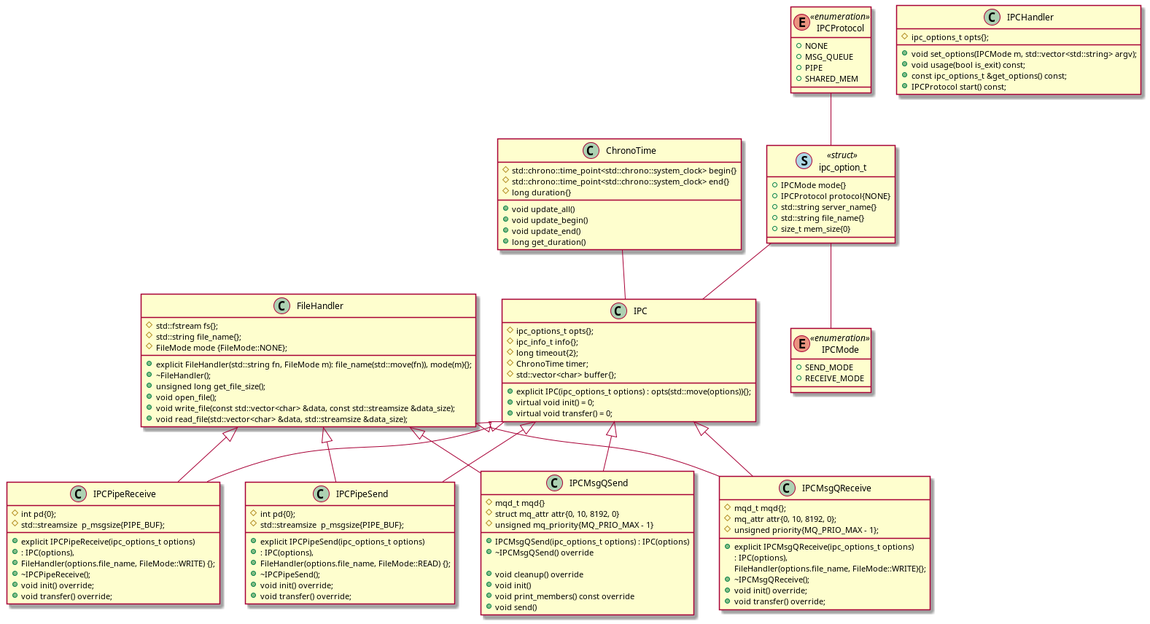
baovu-unikie/file_transfer_cpp keeps this PlantUML diagram as uml/current_implementation.png. Above is the earlier version.
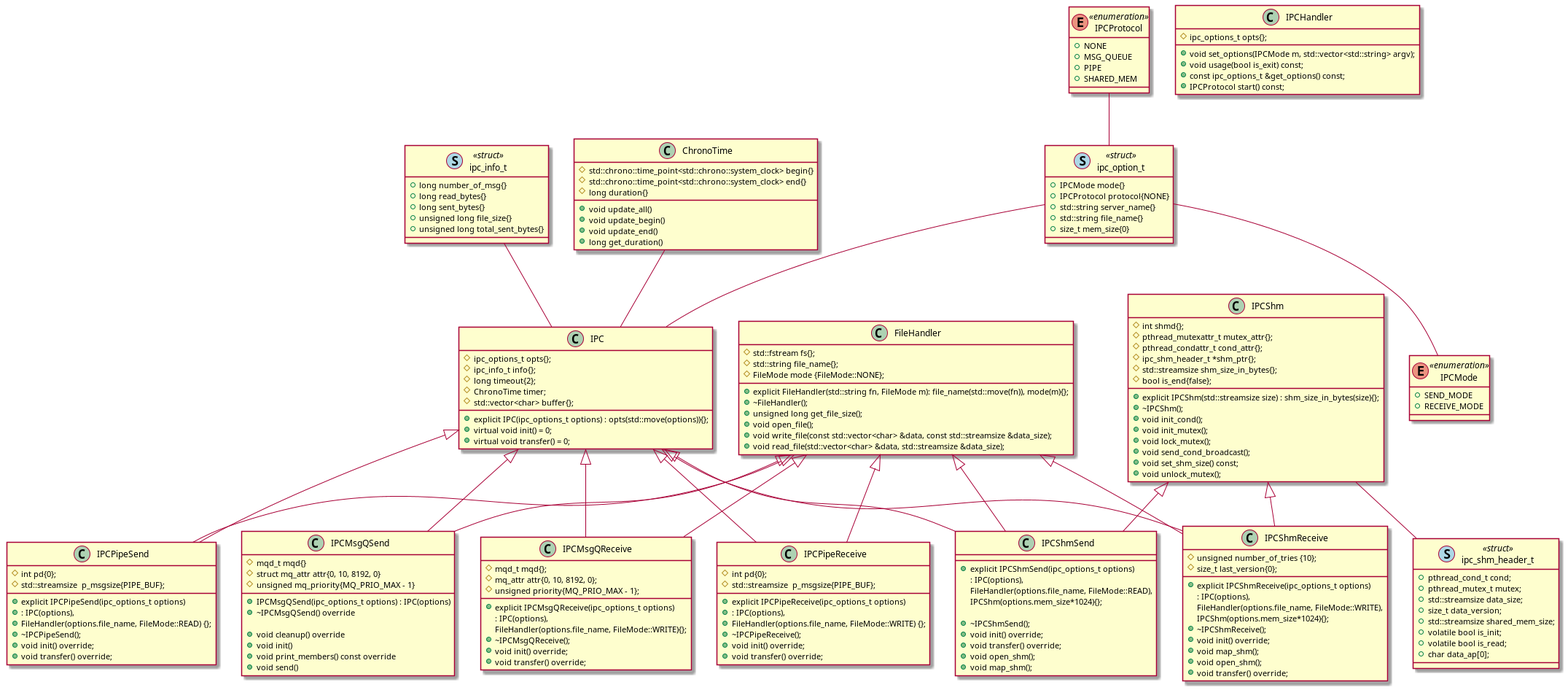
Later version of the same file.

Change to the diagram source:
```diff
@@ -92,6 +92,53 @@
 	+ void transfer() override;
 }
 
+class IPCShm
+{
+	# int shmd{};
+	# pthread_mutexattr_t mutex_attr{};
+	# pthread_condattr_t cond_attr{};
+	# ipc_shm_header_t *shm_ptr{};
+	# std::streamsize shm_size_in_bytes{};
+	# bool is_end{false};
+
+	+ explicit IPCShm(std::streamsize size) : shm_size_in_bytes(size){};
+	+ ~IPCShm();
+	+ void init_cond();
+	+ void init_mutex();
+	+ void lock_mutex();
+	+ void send_cond_broadcast();
+	+ void set_shm_size() const;
+	+ void unlock_mutex();
+}
+
+class IPCShmReceive
+{
+	# unsigned number_of_tries {10};
+	# size_t last_version{0};
+	+ explicit IPCShmReceive(ipc_options_t options)
+	 : IPC(options),
+	 	FileHandler(options.file_name, FileMode::WRITE),
+	 	IPCShm(options.mem_size*1024){};
+	+ ~IPCShmReceive();
+	+ void init() override;
+	+ void map_shm();
+	+ void open_shm();
+	+ void transfer() override;
+}
+
+class IPCShmSend
+{
+	+explicit IPCShmSend(ipc_options_t options)
+	: IPC(options),
+	FileHandler(options.file_name, FileMode::READ),
+	IPCShm(options.mem_size*1024){};
+
+	+~IPCShmSend();
+	+void init() override;
+	+void transfer() override;
+	+void open_shm();
+	+void map_shm();
+}
 
 class ChronoTime
 {
@@ -104,7 +151,6 @@
 	+ void update_end()
 	+ long get_duration()
 }
-
 enum IPCProtocol<<enumeration>>
 {
 	+ NONE
@@ -128,6 +174,29 @@
 	+ size_t mem_size{0}
 }
 
+class ipc_info_t << (S,lightblue) struct>>
+{
+	+ long number_of_msg{}
+	+ long read_bytes{}
+	+ long sent_bytes{}
+	+ unsigned long file_size{}
+	+ unsigned long total_sent_bytes{}
+}
+
+class ipc_shm_header_t << (S,lightblue) struct>>
+{
+	+ pthread_cond_t cond;
+	+ pthread_mutex_t mutex;
+	+ std::streamsize data_size;
+	+ size_t data_version;
+	+ std::streamsize shared_mem_size;
+	+ volatile bool is_init;
+	+ volatile bool is_read;
+	+ char data_ap[0];
+}
+
+
+
 IPC <|-- IPCMsgQSend
 FileHandler <|-- IPCMsgQSend
 IPC <|-- IPCMsgQReceive
@@ -138,9 +207,18 @@
 IPC <|-- IPCPipeReceive
 FileHandler <|-- IPCPipeReceive
 
+IPC <|-- IPCShmSend
+FileHandler <|-- IPCShmSend
+IPCShm <|-- IPCShmSend
+IPC <|-- IPCShmReceive
+FileHandler <|-- IPCShmReceive
+IPCShm <|-- IPCShmReceive
+
+IPCShm -- ipc_shm_header_t
 IPCProtocol -- ipc_option_t
 ipc_option_t -- IPC
 ipc_option_t -- IPCMode
+ipc_info_t --  IPC
 ChronoTime -- IPC
 
 @enduml
```
